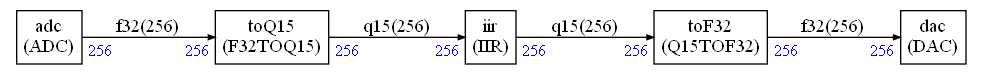
This is ComputeGraph/dsp.png from Arm-Examples/CMSIS-Stream-PoC, a Graphviz export, as it was before one commit. Its source is kept beside it as ComputeGraph/dsp.dot.
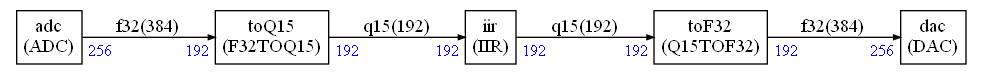
After the commit.

Diff of the diagram source:
```diff
@@ -42,28 +42,28 @@
 
 
 
-adc:i -> toQ15:i [label="f32(256)"
-,headlabel=<<TABLE BORDER="0" CELLPADDING="2"><TR><TD><FONT COLOR="blue" POINT-SIZE="12.0" >256</FONT>
+adc:i -> toQ15:i [label="f32(384)"
+,headlabel=<<TABLE BORDER="0" CELLPADDING="2"><TR><TD><FONT COLOR="blue" POINT-SIZE="12.0" >192</FONT>
 </TD></TR></TABLE>>
 ,taillabel=<<TABLE BORDER="0" CELLPADDING="2"><TR><TD><FONT COLOR="blue" POINT-SIZE="12.0" >256</FONT>
 </TD></TR></TABLE>>]
 
-toQ15:i -> iir:i [label="q15(256)"
+toQ15:i -> iir:i [label="q15(192)"
+,headlabel=<<TABLE BORDER="0" CELLPADDING="2"><TR><TD><FONT COLOR="blue" POINT-SIZE="12.0" >192</FONT>
+</TD></TR></TABLE>>
+,taillabel=<<TABLE BORDER="0" CELLPADDING="2"><TR><TD><FONT COLOR="blue" POINT-SIZE="12.0" >192</FONT>
+</TD></TR></TABLE>>]
+
+iir:i -> toF32:i [label="q15(192)"
+,headlabel=<<TABLE BORDER="0" CELLPADDING="2"><TR><TD><FONT COLOR="blue" POINT-SIZE="12.0" >192</FONT>
+</TD></TR></TABLE>>
+,taillabel=<<TABLE BORDER="0" CELLPADDING="2"><TR><TD><FONT COLOR="blue" POINT-SIZE="12.0" >192</FONT>
+</TD></TR></TABLE>>]
+
+toF32:i -> dac:i [label="f32(384)"
 ,headlabel=<<TABLE BORDER="0" CELLPADDING="2"><TR><TD><FONT COLOR="blue" POINT-SIZE="12.0" >256</FONT>
 </TD></TR></TABLE>>
-,taillabel=<<TABLE BORDER="0" CELLPADDING="2"><TR><TD><FONT COLOR="blue" POINT-SIZE="12.0" >256</FONT>
-</TD></TR></TABLE>>]
-
-iir:i -> toF32:i [label="q15(256)"
-,headlabel=<<TABLE BORDER="0" CELLPADDING="2"><TR><TD><FONT COLOR="blue" POINT-SIZE="12.0" >256</FONT>
-</TD></TR></TABLE>>
-,taillabel=<<TABLE BORDER="0" CELLPADDING="2"><TR><TD><FONT COLOR="blue" POINT-SIZE="12.0" >256</FONT>
-</TD></TR></TABLE>>]
-
-toF32:i -> dac:i [label="f32(256)"
-,headlabel=<<TABLE BORDER="0" CELLPADDING="2"><TR><TD><FONT COLOR="blue" POINT-SIZE="12.0" >256</FONT>
-</TD></TR></TABLE>>
-,taillabel=<<TABLE BORDER="0" CELLPADDING="2"><TR><TD><FONT COLOR="blue" POINT-SIZE="12.0" >256</FONT>
+,taillabel=<<TABLE BORDER="0" CELLPADDING="2"><TR><TD><FONT COLOR="blue" POINT-SIZE="12.0" >192</FONT>
 </TD></TR></TABLE>>]
 
 
```
